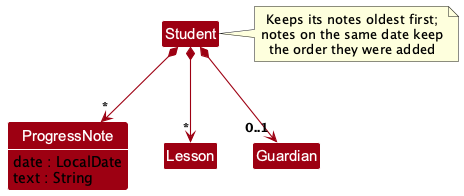
AY2627S1-CS2103T-F13-4/tp keeps this PlantUML diagram as docs/images/ProgressNoteClassDiagram.png. Above is the earlier version.
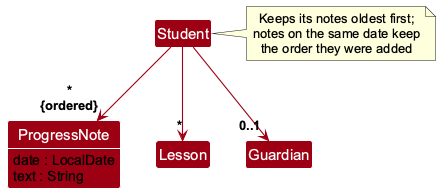
After the change.

The edit, as a diff of the source:
```diff
@@ -1,4 +1,5 @@
 @startuml
+skinparamlocked defaultFontName Arial
 !include style.puml
 skinparam arrowThickness 1.1
 skinparam arrowColor MODEL_COLOR
@@ -12,9 +13,9 @@
 Class Guardian
 show ProgressNote fields
 
-Student *--> "*" Lesson
-Student *--> "0..1" Guardian
-Student *--> "*" ProgressNote
+Student --> "*" Lesson
+Student --> "0..1" Guardian
+Student --> "*\n{ordered}" ProgressNote
 
 note right of Student
   Keeps its notes oldest first;
```
